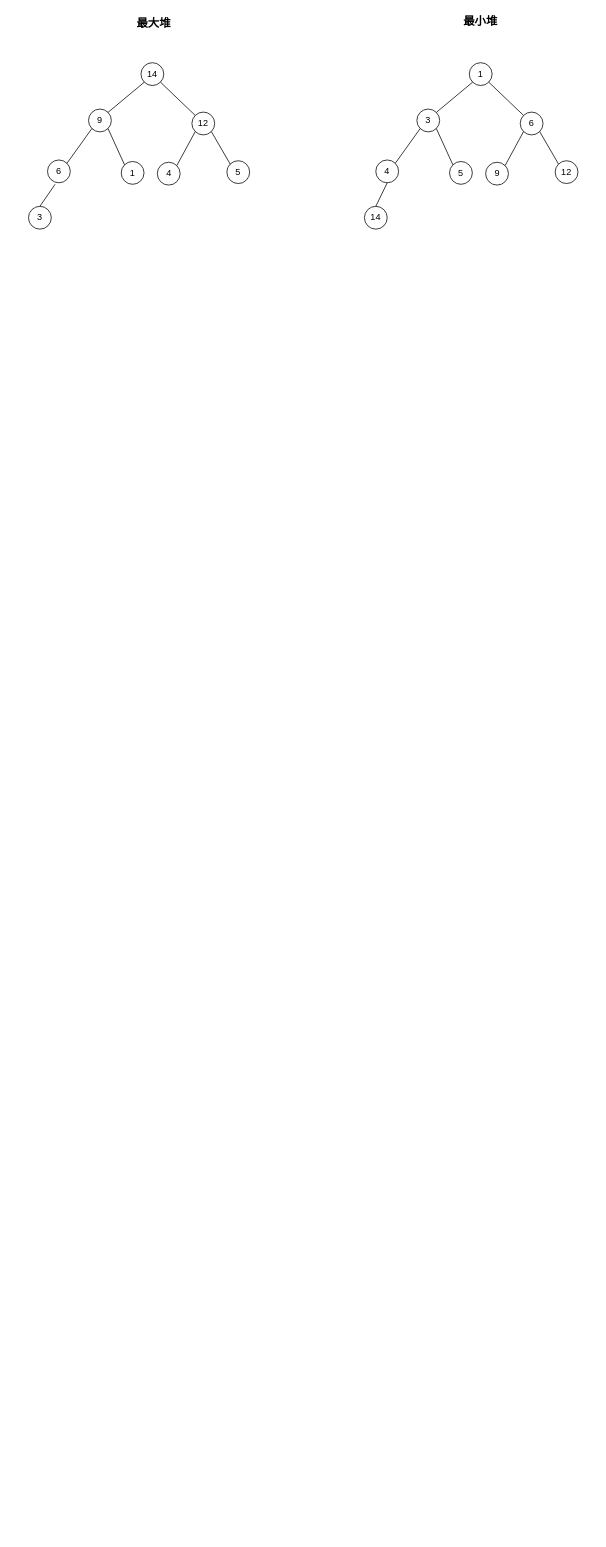
Above: Heap/xml/heap.drawio in mstao/data-structures (draw.io), before the change. Source tidied: cells renumbered, new cells numbered last; positions are measured from the earlier drawing's top-left corner, leaving out a move shared by most shapes. Both pictures are drawn from the tidied source at 76%, with x=0, y=0 at pixel (28, 13).
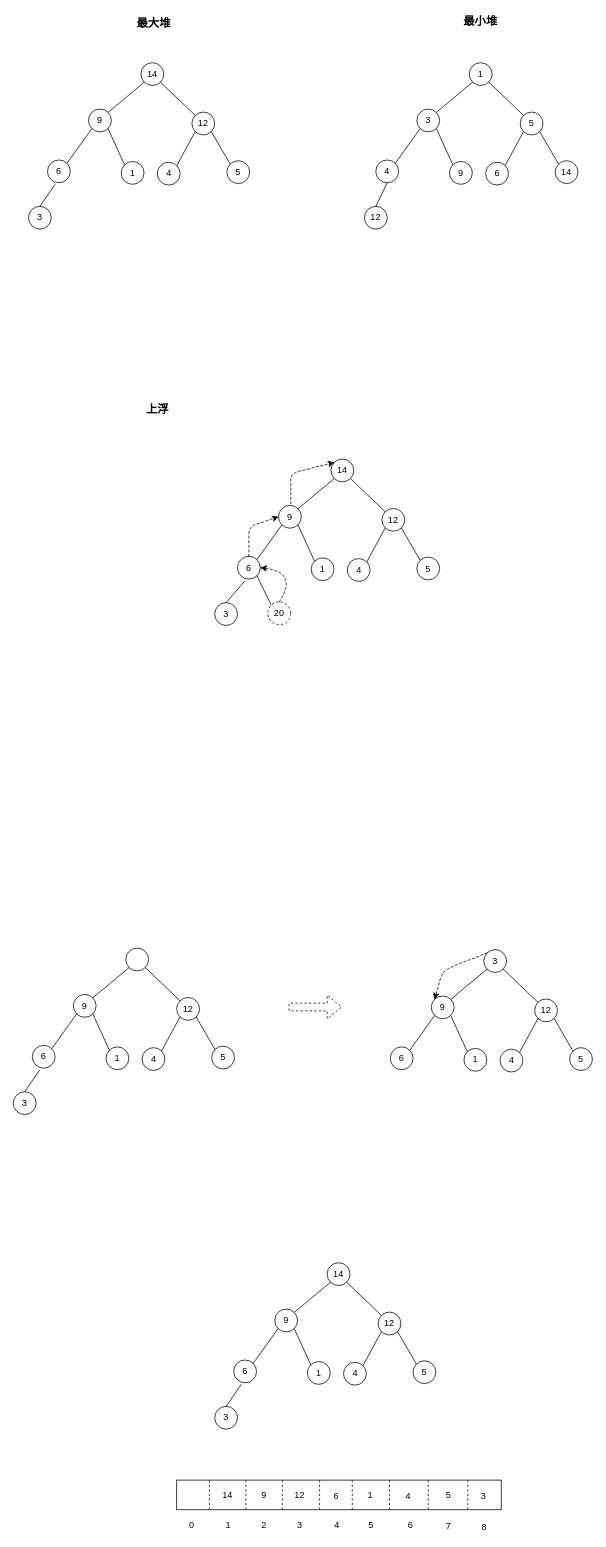
After the change.

What changed in the source:
```diff
@@
-    <mxCell id="20" value="6" style="ellipse;whiteSpace=wrap;html=1;" parent="1" vertex="1">
+    <mxCell id="20" value="5" style="ellipse;whiteSpace=wrap;html=1;" parent="1" vertex="1">
       <mxGeometry x="647" y="130" width="30" height="30" as="geometry" />
     </mxCell>
@@
-    <mxCell id="22" value="5" style="ellipse;whiteSpace=wrap;html=1;" parent="1" vertex="1">
+    <mxCell id="22" value="9" style="ellipse;whiteSpace=wrap;html=1;" parent="1" vertex="1">
       <mxGeometry x="554" y="195" width="30" height="30" as="geometry" />
     </mxCell>
-    <mxCell id="23" value="14" style="ellipse;whiteSpace=wrap;html=1;" parent="1" vertex="1">
+    <mxCell id="23" value="12" style="ellipse;whiteSpace=wrap;html=1;" parent="1" vertex="1">
       <mxGeometry x="442" y="254" width="30" height="30" as="geometry" />
     </mxCell>
-    <mxCell id="24" value="12" style="ellipse;whiteSpace=wrap;html=1;" parent="1" vertex="1">
+    <mxCell id="24" value="14" style="ellipse;whiteSpace=wrap;html=1;" parent="1" vertex="1">
       <mxGeometry x="693" y="194" width="30" height="30" as="geometry" />
     </mxCell>
-    <mxCell id="25" value="9" style="ellipse;whiteSpace=wrap;html=1;" parent="1" vertex="1">
+    <mxCell id="25" value="6" style="ellipse;whiteSpace=wrap;html=1;" parent="1" vertex="1">
       <mxGeometry x="601.5" y="196" width="30" height="30" as="geometry" />
     </mxCell>
@@
+    <mxCell id="34" value="上浮" style="text;html=1;strokeColor=none;fillColor=none;align=center;verticalAlign=middle;whiteSpace=wrap;rounded=0;fontSize=15;fontStyle=1;" parent="1" vertex="1">
+      <mxGeometry x="139.5" y="510" width="60" height="20" as="geometry" />
+    </mxCell>
+    <mxCell id="35" value="14" style="ellipse;whiteSpace=wrap;html=1;" parent="1" vertex="1">
+      <mxGeometry x="398" y="586.5" width="30" height="30" as="geometry" />
+    </mxCell>
+    <mxCell id="36" value="9" style="ellipse;whiteSpace=wrap;html=1;" parent="1" vertex="1">
+      <mxGeometry x="329" y="647.5" width="30" height="30" as="geometry" />
+    </mxCell>
+    <mxCell id="37" value="12" style="ellipse;whiteSpace=wrap;html=1;" parent="1" vertex="1">
+      <mxGeometry x="465" y="651.5" width="30" height="30" as="geometry" />
+    </mxCell>
+    <mxCell id="38" value="6" style="ellipse;whiteSpace=wrap;html=1;" parent="1" vertex="1">
+      <mxGeometry x="275" y="714.5" width="30" height="30" as="geometry" />
+    </mxCell>
+    <mxCell id="39" value="1" style="ellipse;whiteSpace=wrap;html=1;" parent="1" vertex="1">
+      <mxGeometry x="372" y="716.5" width="30" height="30" as="geometry" />
+    </mxCell>
+    <mxCell id="40" value="3" style="ellipse;whiteSpace=wrap;html=1;" parent="1" vertex="1">
+      <mxGeometry x="245" y="775.5" width="30" height="30" as="geometry" />
+    </mxCell>
+    <mxCell id="41" value="5" style="ellipse;whiteSpace=wrap;html=1;" parent="1" vertex="1">
+      <mxGeometry x="511" y="715.5" width="30" height="30" as="geometry" />
+    </mxCell>
+    <mxCell id="42" value="4" style="ellipse;whiteSpace=wrap;html=1;" parent="1" vertex="1">
+      <mxGeometry x="419.5" y="717.5" width="30" height="30" as="geometry" />
+    </mxCell>
+    <mxCell id="43" style="endArrow=none;html=1;exitX=1;exitY=0;exitDx=0;exitDy=0;entryX=0;entryY=1;entryDx=0;entryDy=0;" parent="1" edge="1" source="36" target="35">
+      <mxGeometry relative="1" as="geometry" />
+    </mxCell>
+    <mxCell id="44" style="endArrow=none;html=1;exitX=1;exitY=0;exitDx=0;exitDy=0;entryX=0;entryY=1;entryDx=0;entryDy=0;" parent="1" edge="1" source="38" target="36">
+      <mxGeometry relative="1" as="geometry" />
+    </mxCell>
+    <mxCell id="45" style="endArrow=none;html=1;exitX=1;exitY=1;exitDx=0;exitDy=0;entryX=0;entryY=0;entryDx=0;entryDy=0;" parent="1" edge="1" source="36" target="39">
+      <mxGeometry relative="1" as="geometry" />
+    </mxCell>
+    <mxCell id="46" style="endArrow=none;html=1;exitX=1;exitY=1;exitDx=0;exitDy=0;entryX=0;entryY=0;entryDx=0;entryDy=0;" parent="1" edge="1" source="35" target="37">
+      <mxGeometry relative="1" as="geometry" />
+    </mxCell>
+    <mxCell id="47" style="endArrow=none;html=1;exitX=1;exitY=0;exitDx=0;exitDy=0;entryX=0;entryY=1;entryDx=0;entryDy=0;" parent="1" edge="1" source="42" target="37">
+      <mxGeometry relative="1" as="geometry" />
+    </mxCell>
+    <mxCell id="48" style="endArrow=none;html=1;exitX=1;exitY=1;exitDx=0;exitDy=0;entryX=0;entryY=0;entryDx=0;entryDy=0;" parent="1" edge="1" source="37" target="41">
+      <mxGeometry relative="1" as="geometry" />
+    </mxCell>
+    <mxCell id="49" style="endArrow=none;html=1;exitX=0.5;exitY=0;exitDx=0;exitDy=0;" parent="1" edge="1" source="40">
+      <mxGeometry relative="1" as="geometry">
+        <mxPoint x="285" y="746.5" as="targetPoint" />
+      </mxGeometry>
+    </mxCell>
+    <mxCell id="50" value="20" style="ellipse;whiteSpace=wrap;html=1;dashed=1;" parent="1" vertex="1">
+      <mxGeometry x="315" y="774.5" width="30" height="30" as="geometry" />
+    </mxCell>
+    <mxCell id="51" style="endArrow=none;html=1;exitX=1;exitY=1;exitDx=0;exitDy=0;entryX=0;entryY=0;entryDx=0;entryDy=0;" parent="1" edge="1" source="38" target="50">
+      <mxGeometry relative="1" as="geometry" />
+    </mxCell>
+    <mxCell id="52" style="endArrow=classic;html=1;curved=1;shadow=0;comic=1;entryX=1;entryY=0.5;entryDx=0;entryDy=0;exitX=0.5;exitY=0;exitDx=0;exitDy=0;dashed=1;" parent="1" edge="1" source="50" target="38">
+      <mxGeometry relative="1" as="geometry">
+        <Array as="points">
+          <mxPoint x="355" y="735.5" />
+        </Array>
+      </mxGeometry>
+    </mxCell>
+    <mxCell id="53" style="endArrow=classic;html=1;shadow=0;dashed=1;entryX=0;entryY=0.5;entryDx=0;entryDy=0;comic=1;exitX=0.5;exitY=0;exitDx=0;exitDy=0;" parent="1" edge="1" source="38" target="36">
+      <mxGeometry relative="1" as="geometry">
+        <Array as="points">
+          <mxPoint x="290" y="675.5" />
+        </Array>
+      </mxGeometry>
+    </mxCell>
+    <mxCell id="54" style="endArrow=classic;html=1;shadow=0;dashed=1;entryX=0;entryY=0;entryDx=0;entryDy=0;comic=1;" parent="1" edge="1" target="35">
+      <mxGeometry relative="1" as="geometry">
+        <mxPoint x="345" y="645.5" as="sourcePoint" />
+        <Array as="points">
+          <mxPoint x="345" y="605.5" />
+        </Array>
+      </mxGeometry>
+    </mxCell>
+    <mxCell id="55" style="ellipse;whiteSpace=wrap;html=1;" parent="1" vertex="1">
+      <mxGeometry x="128" y="1230" width="30" height="30" as="geometry" />
+    </mxCell>
+    <mxCell id="56" value="9" style="ellipse;whiteSpace=wrap;html=1;" parent="1" vertex="1">
+      <mxGeometry x="59" y="1291" width="30" height="30" as="geometry" />
+    </mxCell>
+    <mxCell id="57" value="12" style="ellipse;whiteSpace=wrap;html=1;" parent="1" vertex="1">
+      <mxGeometry x="195" y="1295" width="30" height="30" as="geometry" />
+    </mxCell>
+    <mxCell id="58" value="6" style="ellipse;whiteSpace=wrap;html=1;" parent="1" vertex="1">
+      <mxGeometry x="5" y="1358" width="30" height="30" as="geometry" />
+    </mxCell>
+    <mxCell id="59" value="1" style="ellipse;whiteSpace=wrap;html=1;" parent="1" vertex="1">
+      <mxGeometry x="102" y="1360" width="30" height="30" as="geometry" />
+    </mxCell>
+    <mxCell id="60" value="3" style="ellipse;whiteSpace=wrap;html=1;" parent="1" vertex="1">
+      <mxGeometry x="-20" y="1419" width="30" height="30" as="geometry" />
+    </mxCell>
+    <mxCell id="61" value="5" style="ellipse;whiteSpace=wrap;html=1;" parent="1" vertex="1">
+      <mxGeometry x="241" y="1359" width="30" height="30" as="geometry" />
+    </mxCell>
+    <mxCell id="62" value="4" style="ellipse;whiteSpace=wrap;html=1;" parent="1" vertex="1">
+      <mxGeometry x="149.5" y="1361" width="30" height="30" as="geometry" />
+    </mxCell>
+    <mxCell id="63" style="endArrow=none;html=1;exitX=1;exitY=0;exitDx=0;exitDy=0;entryX=0;entryY=1;entryDx=0;entryDy=0;" parent="1" edge="1" source="56" target="55">
+      <mxGeometry relative="1" as="geometry" />
+    </mxCell>
+    <mxCell id="64" style="endArrow=none;html=1;exitX=1;exitY=0;exitDx=0;exitDy=0;entryX=0;entryY=1;entryDx=0;entryDy=0;" parent="1" edge="1" source="58" target="56">
+      <mxGeometry relative="1" as="geometry" />
+    </mxCell>
+    <mxCell id="65" style="endArrow=none;html=1;exitX=1;exitY=1;exitDx=0;exitDy=0;entryX=0;entryY=0;entryDx=0;entryDy=0;" parent="1" edge="1" source="56" target="59">
+      <mxGeometry relative="1" as="geometry" />
+    </mxCell>
+    <mxCell id="66" style="endArrow=none;html=1;exitX=1;exitY=1;exitDx=0;exitDy=0;entryX=0;entryY=0;entryDx=0;entryDy=0;" parent="1" edge="1" source="55" target="57">
+      <mxGeometry relative="1" as="geometry" />
+    </mxCell>
+    <mxCell id="67" style="endArrow=none;html=1;exitX=1;exitY=0;exitDx=0;exitDy=0;entryX=0;entryY=1;entryDx=0;entryDy=0;" parent="1" edge="1" source="62" target="57">
+      <mxGeometry relative="1" as="geometry" />
+    </mxCell>
+    <mxCell id="68" style="endArrow=none;html=1;exitX=1;exitY=1;exitDx=0;exitDy=0;entryX=0;entryY=0;entryDx=0;entryDy=0;" parent="1" edge="1" source="57" target="61">
+      <mxGeometry relative="1" as="geometry" />
+    </mxCell>
+    <mxCell id="69" style="endArrow=none;html=1;exitX=0.5;exitY=0;exitDx=0;exitDy=0;" parent="1" edge="1" source="60">
+      <mxGeometry relative="1" as="geometry">
+        <mxPoint x="15" y="1390" as="targetPoint" />
+      </mxGeometry>
+    </mxCell>
+    <mxCell id="70" value="&lt;span&gt;3&lt;/span&gt;" style="ellipse;whiteSpace=wrap;html=1;" parent="1" vertex="1">
+      <mxGeometry x="599" y="1232" width="30" height="30" as="geometry" />
+    </mxCell>
+    <mxCell id="71" value="9" style="ellipse;whiteSpace=wrap;html=1;" parent="1" vertex="1">
+      <mxGeometry x="530" y="1293" width="30" height="30" as="geometry" />
+    </mxCell>
+    <mxCell id="72" value="12" style="ellipse;whiteSpace=wrap;html=1;" parent="1" vertex="1">
+      <mxGeometry x="666" y="1297" width="30" height="30" as="geometry" />
+    </mxCell>
+    <mxCell id="73" value="6" style="ellipse;whiteSpace=wrap;html=1;" parent="1" vertex="1">
+      <mxGeometry x="476" y="1360" width="30" height="30" as="geometry" />
+    </mxCell>
+    <mxCell id="74" value="1" style="ellipse;whiteSpace=wrap;html=1;" parent="1" vertex="1">
+      <mxGeometry x="573" y="1362" width="30" height="30" as="geometry" />
+    </mxCell>
+    <mxCell id="75" value="5" style="ellipse;whiteSpace=wrap;html=1;" parent="1" vertex="1">
+      <mxGeometry x="712" y="1361" width="30" height="30" as="geometry" />
+    </mxCell>
+    <mxCell id="76" value="4" style="ellipse;whiteSpace=wrap;html=1;" parent="1" vertex="1">
+      <mxGeometry x="620.5" y="1363" width="30" height="30" as="geometry" />
+    </mxCell>
+    <mxCell id="77" style="endArrow=none;html=1;exitX=1;exitY=0;exitDx=0;exitDy=0;entryX=0;entryY=1;entryDx=0;entryDy=0;" parent="1" edge="1" source="71" target="70">
+      <mxGeometry relative="1" as="geometry" />
+    </mxCell>
+    <mxCell id="78" style="endArrow=none;html=1;exitX=1;exitY=0;exitDx=0;exitDy=0;entryX=0;entryY=1;entryDx=0;entryDy=0;" parent="1" edge="1" source="73" target="71">
+      <mxGeometry relative="1" as="geometry" />
+    </mxCell>
+    <mxCell id="79" style="endArrow=none;html=1;exitX=1;exitY=1;exitDx=0;exitDy=0;entryX=0;entryY=0;entryDx=0;entryDy=0;" parent="1" edge="1" source="71" target="74">
+      <mxGeometry relative="1" as="geometry" />
+    </mxCell>
+    <mxCell id="80" style="endArrow=none;html=1;exitX=1;exitY=1;exitDx=0;exitDy=0;entryX=0;entryY=0;entryDx=0;entryDy=0;" parent="1" edge="1" source="70" target="72">
+      <mxGeometry relative="1" as="geometry" />
+    </mxCell>
+    <mxCell id="81" style="endArrow=none;html=1;exitX=1;exitY=0;exitDx=0;exitDy=0;entryX=0;entryY=1;entryDx=0;entryDy=0;" parent="1" edge="1" source="76" target="72">
+      <mxGeometry relative="1" as="geometry" />
+    </mxCell>
+    <mxCell id="82" style="endArrow=none;html=1;exitX=1;exitY=1;exitDx=0;exitDy=0;entryX=0;entryY=0;entryDx=0;entryDy=0;" parent="1" edge="1" source="72" target="75">
+      <mxGeometry relative="1" as="geometry" />
+    </mxCell>
+    <mxCell id="83" style="endArrow=classic;html=1;shadow=0;dashed=1;exitX=0;exitY=0;exitDx=0;exitDy=0;entryX=0;entryY=0;entryDx=0;entryDy=0;comic=1;" parent="1" edge="1" source="70" target="71">
+      <mxGeometry relative="1" as="geometry">
+        <Array as="points">
+          <mxPoint x="545" y="1260" />
+        </Array>
+      </mxGeometry>
+    </mxCell>
+    <mxCell id="84" style="shape=flexArrow;endArrow=classic;html=1;shadow=0;dashed=1;" parent="1" edge="1">
+      <mxGeometry relative="1" as="geometry">
+        <mxPoint x="342.5" y="1307.5" as="sourcePoint" />
+        <mxPoint x="412.5" y="1307.5" as="targetPoint" />
+      </mxGeometry>
+    </mxCell>
+    <mxCell id="85" value="14" style="ellipse;whiteSpace=wrap;html=1;" parent="1" vertex="1">
+      <mxGeometry x="393" y="1644" width="30" height="30" as="geometry" />
+    </mxCell>
+    <mxCell id="86" value="9" style="ellipse;whiteSpace=wrap;html=1;" parent="1" vertex="1">
+      <mxGeometry x="324" y="1705" width="30" height="30" as="geometry" />
+    </mxCell>
+    <mxCell id="87" value="12" style="ellipse;whiteSpace=wrap;html=1;" parent="1" vertex="1">
+      <mxGeometry x="460" y="1709" width="30" height="30" as="geometry" />
+    </mxCell>
+    <mxCell id="88" value="6" style="ellipse;whiteSpace=wrap;html=1;" parent="1" vertex="1">
+      <mxGeometry x="270" y="1772" width="30" height="30" as="geometry" />
+    </mxCell>
+    <mxCell id="89" value="1" style="ellipse;whiteSpace=wrap;html=1;" parent="1" vertex="1">
+      <mxGeometry x="367" y="1774" width="30" height="30" as="geometry" />
+    </mxCell>
+    <mxCell id="90" value="3" style="ellipse;whiteSpace=wrap;html=1;" parent="1" vertex="1">
+      <mxGeometry x="245" y="1833" width="30" height="30" as="geometry" />
+    </mxCell>
+    <mxCell id="91" value="5" style="ellipse;whiteSpace=wrap;html=1;" parent="1" vertex="1">
+      <mxGeometry x="506" y="1773" width="30" height="30" as="geometry" />
+    </mxCell>
+    <mxCell id="92" value="4" style="ellipse;whiteSpace=wrap;html=1;" parent="1" vertex="1">
+      <mxGeometry x="414.5" y="1775" width="30" height="30" as="geometry" />
+    </mxCell>
+    <mxCell id="93" style="endArrow=none;html=1;exitX=1;exitY=0;exitDx=0;exitDy=0;entryX=0;entryY=1;entryDx=0;entryDy=0;" parent="1" edge="1" source="86" target="85">
+      <mxGeometry relative="1" as="geometry" />
+    </mxCell>
+    <mxCell id="94" style="endArrow=none;html=1;exitX=1;exitY=0;exitDx=0;exitDy=0;entryX=0;entryY=1;entryDx=0;entryDy=0;" parent="1" edge="1" source="88" target="86">
+      <mxGeometry relative="1" as="geometry" />
+    </mxCell>
+    <mxCell id="95" style="endArrow=none;html=1;exitX=1;exitY=1;exitDx=0;exitDy=0;entryX=0;entryY=0;entryDx=0;entryDy=0;" parent="1" edge="1" source="86" target="89">
+      <mxGeometry relative="1" as="geometry" />
+    </mxCell>
+    <mxCell id="96" style="endArrow=none;html=1;exitX=1;exitY=1;exitDx=0;exitDy=0;entryX=0;entryY=0;entryDx=0;entryDy=0;" parent="1" edge="1" source="85" target="87">
+      <mxGeometry relative="1" as="geometry" />
+    </mxCell>
+    <mxCell id="97" style="endArrow=none;html=1;exitX=1;exitY=0;exitDx=0;exitDy=0;entryX=0;entryY=1;entryDx=0;entryDy=0;" parent="1" edge="1" source="92" target="87">
+      <mxGeometry relative="1" as="geometry" />
+    </mxCell>
+    <mxCell id="98" style="endArrow=none;html=1;exitX=1;exitY=1;exitDx=0;exitDy=0;entryX=0;entryY=0;entryDx=0;entryDy=0;" parent="1" edge="1" source="87" target="91">
+      <mxGeometry relative="1" as="geometry" />
+    </mxCell>
+    <mxCell id="99" style="endArrow=none;html=1;exitX=0.5;exitY=0;exitDx=0;exitDy=0;" parent="1" edge="1" source="90">
+      <mxGeometry relative="1" as="geometry">
+        <mxPoint x="280" y="1804" as="targetPoint" />
+      </mxGeometry>
+    </mxCell>
+    <mxCell id="100" style="rounded=0;whiteSpace=wrap;html=1;" parent="1" vertex="1">
+      <mxGeometry x="195" y="1930" width="427" height="39" as="geometry" />
+    </mxCell>
+    <mxCell id="101" style="endArrow=none;html=1;shadow=0;dashed=1;exitX=0.25;exitY=0;exitDx=0;exitDy=0;entryX=0.25;entryY=1;entryDx=0;entryDy=0;" parent="1" edge="1">
+      <mxGeometry relative="1" as="geometry">
+        <mxPoint x="286" y="1930" as="sourcePoint" />
+        <mxPoint x="286" y="1969" as="targetPoint" />
+      </mxGeometry>
+    </mxCell>
+    <mxCell id="102" style="endArrow=none;dashed=1;html=1;shadow=0;exitX=0.5;exitY=0;exitDx=0;exitDy=0;entryX=0.5;entryY=1;entryDx=0;entryDy=0;" parent="1" edge="1">
+      <mxGeometry relative="1" as="geometry">
+        <mxPoint x="383" y="1930" as="sourcePoint" />
+        <mxPoint x="383" y="1969" as="targetPoint" />
+      </mxGeometry>
+    </mxCell>
+    <mxCell id="103" style="endArrow=none;html=1;shadow=0;dashed=1;exitX=0.75;exitY=0;exitDx=0;exitDy=0;entryX=0.75;entryY=1;entryDx=0;entryDy=0;" parent="1" edge="1">
+      <mxGeometry relative="1" as="geometry">
+        <mxPoint x="475" y="1930" as="sourcePoint" />
+        <mxPoint x="475" y="1969" as="targetPoint" />
+      </mxGeometry>
+    </mxCell>
+    <mxCell id="104" style="endArrow=none;dashed=1;html=1;shadow=0;exitX=0.5;exitY=0;exitDx=0;exitDy=0;entryX=0.5;entryY=1;entryDx=0;entryDy=0;" parent="1" edge="1">
+      <mxGeometry relative="1" as="geometry">
+        <mxPoint x="426" y="1930" as="sourcePoint" />
+        <mxPoint x="426" y="1969" as="targetPoint" />
+      </mxGeometry>
+    </mxCell>
+    <mxCell id="105" value="0" style="text;html=1;strokeColor=none;fillColor=none;align=center;verticalAlign=middle;whiteSpace=wrap;rounded=0;" parent="1" vertex="1">
+      <mxGeometry x="194.5" y="1980" width="40" height="20" as="geometry" />
+    </mxCell>
+    <mxCell id="106" value="1" style="text;html=1;strokeColor=none;fillColor=none;align=center;verticalAlign=middle;whiteSpace=wrap;rounded=0;" parent="1" vertex="1">
+      <mxGeometry x="242.5" y="1980" width="40" height="20" as="geometry" />
+    </mxCell>
+    <mxCell id="107" value="2" style="text;html=1;strokeColor=none;fillColor=none;align=center;verticalAlign=middle;whiteSpace=wrap;rounded=0;" parent="1" vertex="1">
+      <mxGeometry x="289.5" y="1980" width="40" height="20" as="geometry" />
+    </mxCell>
+    <mxCell id="108" value="3" style="text;html=1;strokeColor=none;fillColor=none;align=center;verticalAlign=middle;whiteSpace=wrap;rounded=0;" parent="1" vertex="1">
+      <mxGeometry x="336.5" y="1980" width="40" height="20" as="geometry" />
+    </mxCell>
+    <mxCell id="109" value="4" style="text;html=1;strokeColor=none;fillColor=none;align=center;verticalAlign=middle;whiteSpace=wrap;rounded=0;" parent="1" vertex="1">
+      <mxGeometry x="385.5" y="1980" width="40" height="20" as="geometry" />
+    </mxCell>
+    <mxCell id="110" value="5" style="text;html=1;strokeColor=none;fillColor=none;align=center;verticalAlign=middle;whiteSpace=wrap;rounded=0;" parent="1" vertex="1">
+      <mxGeometry x="430.5" y="1980" width="40" height="20" as="geometry" />
+    </mxCell>
+    <mxCell id="111" value="6" style="text;html=1;strokeColor=none;fillColor=none;align=center;verticalAlign=middle;whiteSpace=wrap;rounded=0;" parent="1" vertex="1">
+      <mxGeometry x="482.5" y="1980" width="40" height="20" as="geometry" />
+    </mxCell>
+    <mxCell id="112" value="7" style="text;html=1;strokeColor=none;fillColor=none;align=center;verticalAlign=middle;whiteSpace=wrap;rounded=0;" parent="1" vertex="1">
+      <mxGeometry x="533" y="1981" width="40" height="20" as="geometry" />
+    </mxCell>
+    <mxCell id="113" style="endArrow=none;html=1;shadow=0;dashed=1;exitX=0.75;exitY=0;exitDx=0;exitDy=0;entryX=0.75;entryY=1;entryDx=0;entryDy=0;" parent="1" edge="1">
+      <mxGeometry relative="1" as="geometry">
+        <mxPoint x="526" y="1930" as="sourcePoint" />
+        <mxPoint x="526" y="1969" as="targetPoint" />
+      </mxGeometry>
+    </mxCell>
+    <mxCell id="114" style="endArrow=none;html=1;shadow=0;dashed=1;exitX=0.75;exitY=0;exitDx=0;exitDy=0;entryX=0.75;entryY=1;entryDx=0;entryDy=0;" parent="1" edge="1">
+      <mxGeometry relative="1" as="geometry">
+        <mxPoint x="578" y="1930" as="sourcePoint" />
+        <mxPoint x="578" y="1969" as="targetPoint" />
+      </mxGeometry>
+    </mxCell>
+    <mxCell id="115" style="endArrow=none;dashed=1;html=1;shadow=0;exitX=0.5;exitY=0;exitDx=0;exitDy=0;entryX=0.5;entryY=1;entryDx=0;entryDy=0;" parent="1" edge="1">
+      <mxGeometry relative="1" as="geometry">
+        <mxPoint x="334" y="1930" as="sourcePoint" />
+        <mxPoint x="334" y="1969" as="targetPoint" />
+      </mxGeometry>
+    </mxCell>
+    <mxCell id="116" style="endArrow=none;html=1;shadow=0;dashed=1;exitX=0.25;exitY=0;exitDx=0;exitDy=0;entryX=0.25;entryY=1;entryDx=0;entryDy=0;" parent="1" edge="1">
+      <mxGeometry relative="1" as="geometry">
+        <mxPoint x="238" y="1930" as="sourcePoint" />
+        <mxPoint x="238" y="1969" as="targetPoint" />
+      </mxGeometry>
+    </mxCell>
+    <mxCell id="117" value="8" style="text;html=1;strokeColor=none;fillColor=none;align=center;verticalAlign=middle;whiteSpace=wrap;rounded=0;" parent="1" vertex="1">
+      <mxGeometry x="580" y="1982" width="40" height="20" as="geometry" />
+    </mxCell>
+    <mxCell id="118" value="14" style="text;html=1;strokeColor=none;fillColor=none;align=center;verticalAlign=middle;whiteSpace=wrap;rounded=0;" parent="1" vertex="1">
+      <mxGeometry x="242" y="1939.5" width="40" height="20" as="geometry" />
+    </mxCell>
+    <mxCell id="119" value="9" style="text;html=1;strokeColor=none;fillColor=none;align=center;verticalAlign=middle;whiteSpace=wrap;rounded=0;" parent="1" vertex="1">
+      <mxGeometry x="290" y="1940" width="40" height="20" as="geometry" />
+    </mxCell>
+    <mxCell id="120" value="12" style="text;html=1;strokeColor=none;fillColor=none;align=center;verticalAlign=middle;whiteSpace=wrap;rounded=0;" parent="1" vertex="1">
+      <mxGeometry x="337" y="1940" width="40" height="20" as="geometry" />
+    </mxCell>
+    <mxCell id="121" value="6" style="text;html=1;strokeColor=none;fillColor=none;align=center;verticalAlign=middle;whiteSpace=wrap;rounded=0;" parent="1" vertex="1">
+      <mxGeometry x="385" y="1941" width="40" height="20" as="geometry" />
+    </mxCell>
+    <mxCell id="122" value="1" style="text;html=1;strokeColor=none;fillColor=none;align=center;verticalAlign=middle;whiteSpace=wrap;rounded=0;" parent="1" vertex="1">
+      <mxGeometry x="430" y="1940" width="40" height="20" as="geometry" />
+    </mxCell>
+    <mxCell id="123" value="4" style="text;html=1;strokeColor=none;fillColor=none;align=center;verticalAlign=middle;whiteSpace=wrap;rounded=0;" parent="1" vertex="1">
+      <mxGeometry x="480" y="1941" width="40" height="20" as="geometry" />
+    </mxCell>
+    <mxCell id="124" value="5" style="text;html=1;strokeColor=none;fillColor=none;align=center;verticalAlign=middle;whiteSpace=wrap;rounded=0;" parent="1" vertex="1">
+      <mxGeometry x="533" y="1940" width="40" height="20" as="geometry" />
+    </mxCell>
+    <mxCell id="125" value="3" style="text;html=1;strokeColor=none;fillColor=none;align=center;verticalAlign=middle;whiteSpace=wrap;rounded=0;" parent="1" vertex="1">
+      <mxGeometry x="579" y="1941" width="40" height="20" as="geometry" />
+    </mxCell>
```
